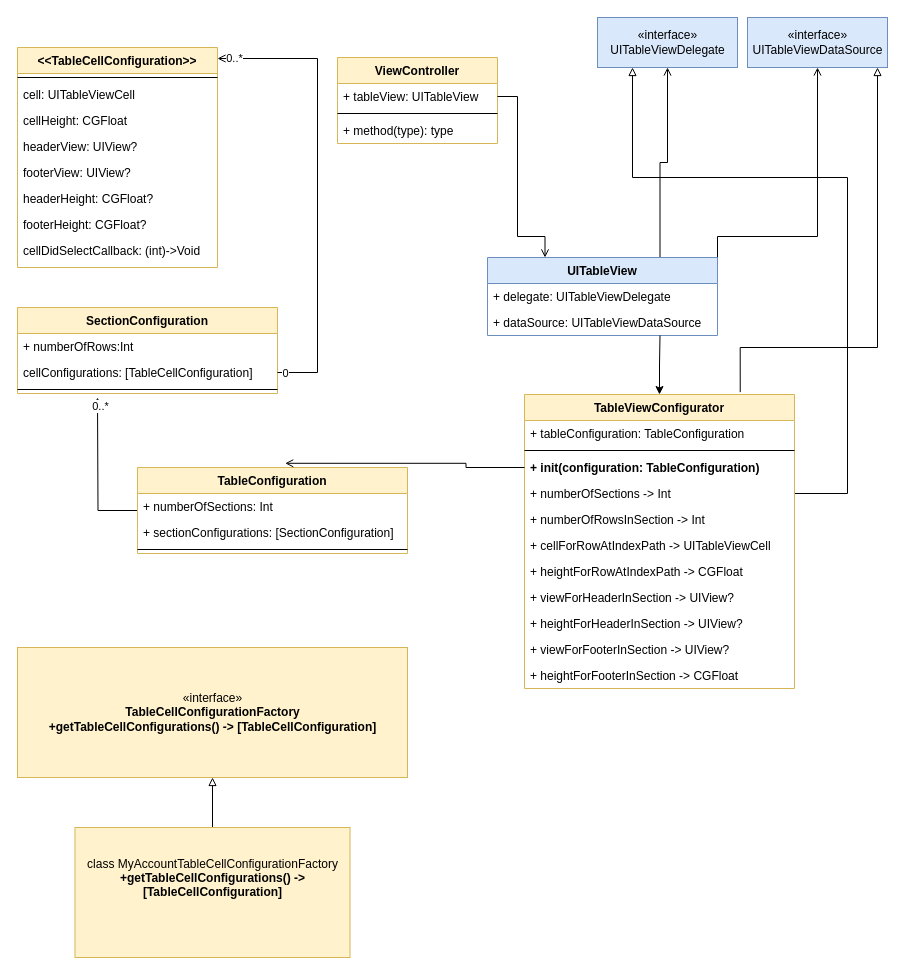
The draw.io diagram page "TableViewConfiguration" (4 of 5) of DesignPatterns.drawio in amit2908/Notes, before the edit. Source tidied: cells renumbered, new cells numbered last; positions are measured from the earlier drawing's top-left corner, leaving out a move shared by most shapes. Both pictures are drawn from the tidied source at 100%, with x=0, y=0 at pixel (17, 17).
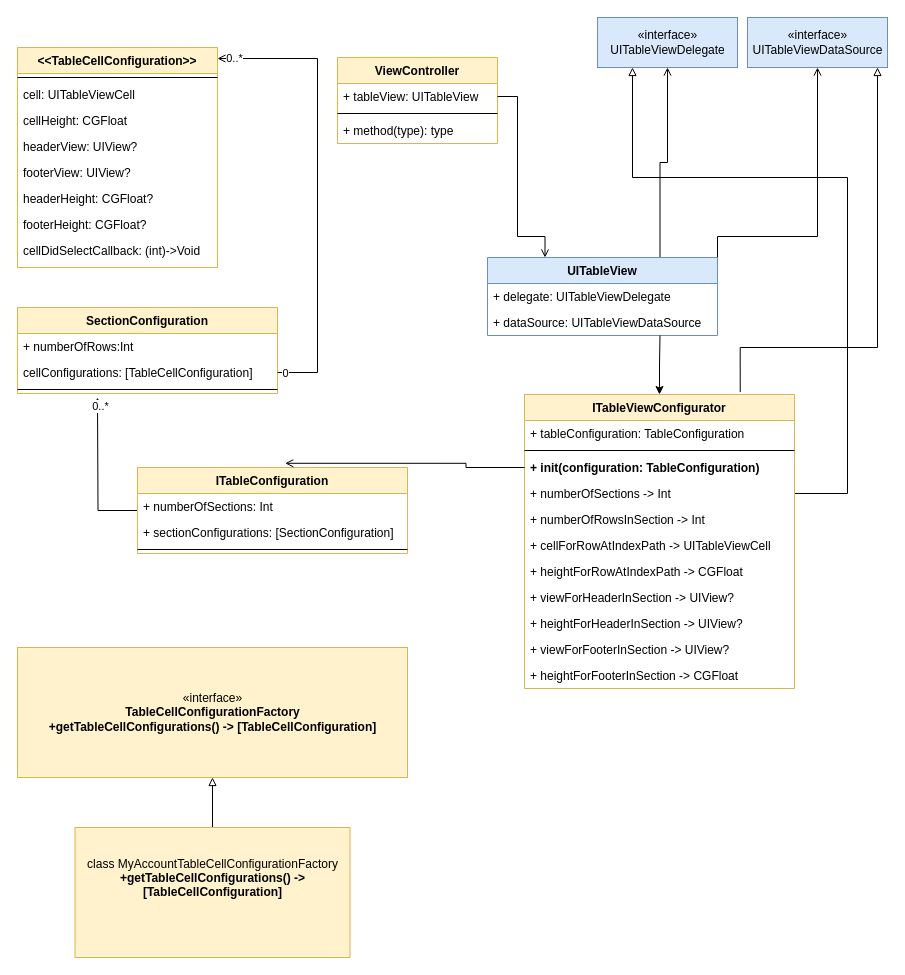
After the change.

What changed in the source:
```diff
@@
-    <mxCell id="23" value="TableViewConfigurator" style="swimlane;fontStyle=1;align=center;verticalAlign=top;horizontal=1;startSize=26;fillColor=#fff2cc;strokeColor=#d6b656;" parent="1" vertex="1">
+    <mxCell id="23" value="ITableViewConfigurator" style="swimlane;fontStyle=1;align=center;verticalAlign=top;horizontal=1;startSize=26;fillColor=#fff2cc;strokeColor=#d6b656;" parent="1" vertex="1">
       <mxGeometry x="507" y="377" width="270" height="294" as="geometry" />
     </mxCell>
@@
-    <mxCell id="37" value="TableConfiguration" style="swimlane;fontStyle=1;align=center;verticalAlign=top;horizontal=1;startSize=26;fillColor=#fff2cc;strokeColor=#d6b656;" parent="1" vertex="1">
+    <mxCell id="37" value="ITableConfiguration" style="swimlane;fontStyle=1;align=center;verticalAlign=top;horizontal=1;startSize=26;fillColor=#fff2cc;strokeColor=#d6b656;" parent="1" vertex="1">
       <mxGeometry x="120" y="450" width="270" height="86" as="geometry" />
     </mxCell>
```
